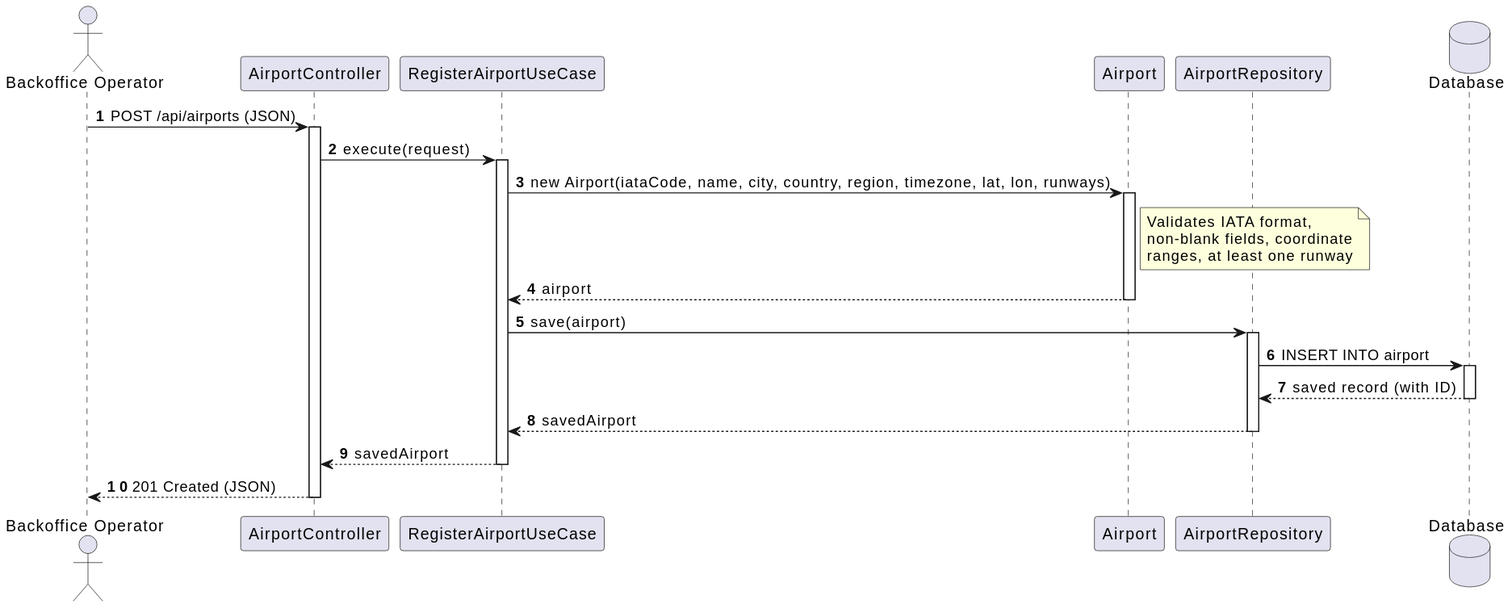
Above: docs/use-cases/WP#_A/WP#2A/svg/sequence-diagram/sd_us106.svg in VascoMagolo/psoft_1231562_1241692_1242036_2db (PlantUML), before the change. Source of this version:
```plantuml
@startuml
autonumber
actor "Backoffice Operator" as BO
participant "AirportController" as Ctrl
participant "RegisterAirportUseCase" as UC
participant "Airport" as Entity
participant "AirportRepository" as Repo
database "Database" as DB

BO -> Ctrl : POST /api/airports (JSON)
activate Ctrl

Ctrl -> UC : execute(request)
activate UC

UC -> Entity : new Airport(iataCode, name, city, country, region, timezone, lat, lon, runways)
activate Entity
note right of Entity : Validates IATA format,\nnon-blank fields, coordinate\nranges, at least one runway
Entity --> UC : airport
deactivate Entity

UC -> Repo : save(airport)
activate Repo
Repo -> DB : INSERT INTO airport
activate DB
DB --> Repo : saved record (with ID)
deactivate DB
Repo --> UC : savedAirport
deactivate Repo

UC --> Ctrl : savedAirport
deactivate UC

Ctrl --> BO : 201 Created (JSON)
deactivate Ctrl
@enduml
```
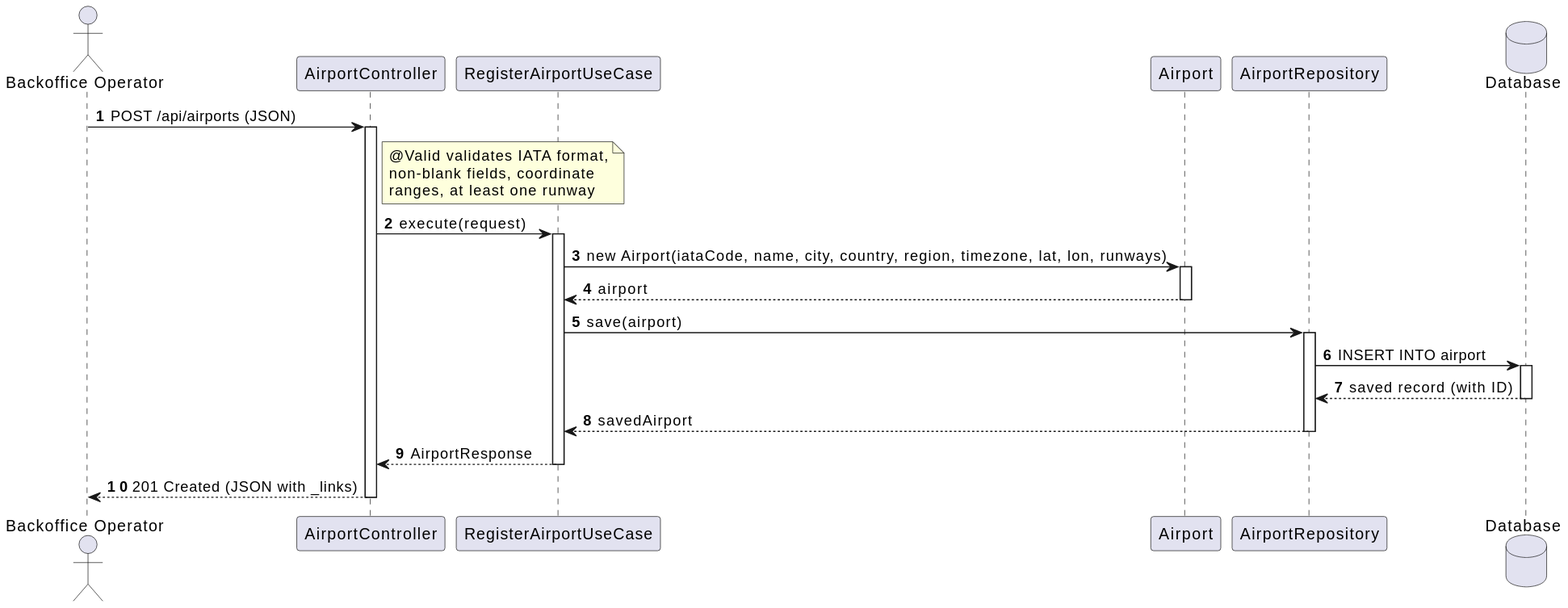
The same file after the commit.

Change to the diagram source:
```diff
@@ -10,12 +10,13 @@
 BO -> Ctrl : POST /api/airports (JSON)
 activate Ctrl
 
+note right of Ctrl : @Valid validates IATA format,\nnon-blank fields, coordinate\nranges, at least one runway
+
 Ctrl -> UC : execute(request)
 activate UC
 
 UC -> Entity : new Airport(iataCode, name, city, country, region, timezone, lat, lon, runways)
 activate Entity
-note right of Entity : Validates IATA format,\nnon-blank fields, coordinate\nranges, at least one runway
 Entity --> UC : airport
 deactivate Entity
 
@@ -28,9 +29,9 @@
 Repo --> UC : savedAirport
 deactivate Repo
 
-UC --> Ctrl : savedAirport
+UC --> Ctrl : AirportResponse
 deactivate UC
 
-Ctrl --> BO : 201 Created (JSON)
+Ctrl --> BO : 201 Created (JSON with _links)
 deactivate Ctrl
 @enduml
```
